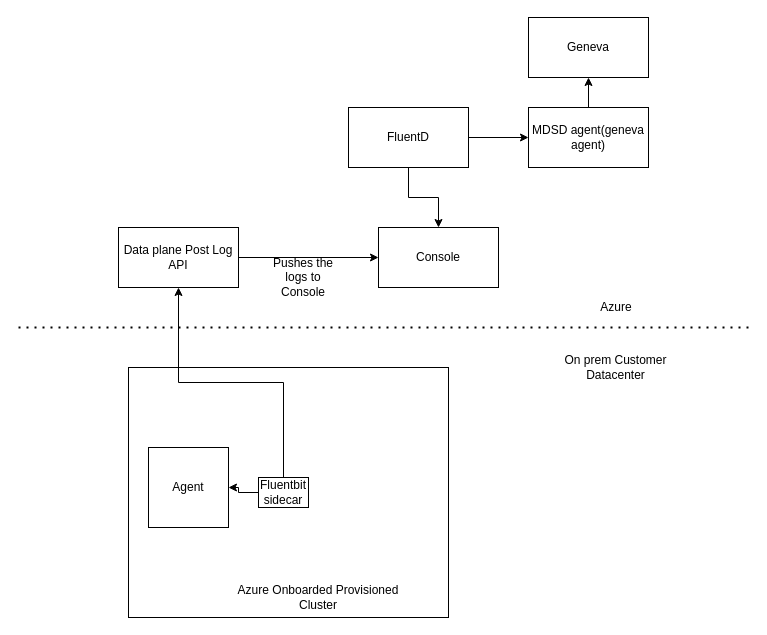
Above: LoggingWorkflow.drawio in khandelwalbrijesh/RetentionScript (draw.io), before the change. Source tidied: cells renumbered, new cells numbered last; positions are measured from the earlier drawing's top-left corner, leaving out a move shared by most shapes. Both pictures are drawn from the tidied source at 100%, with x=0, y=0 at pixel (18, 17).
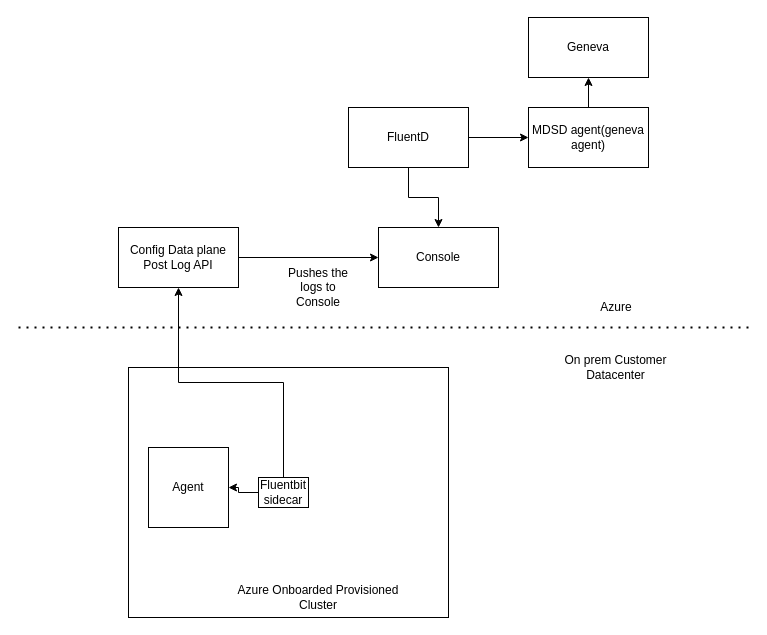
After the change.

Diff of the diagram source:
```diff
@@
-    <mxCell id="10" value="Data plane Post Log API" style="rounded=0;whiteSpace=wrap;html=1;" parent="1" vertex="1">
+    <mxCell id="10" value="Config Data plane Post Log API" style="rounded=0;whiteSpace=wrap;html=1;" parent="1" vertex="1">
       <mxGeometry x="100" y="210" width="120" height="60" as="geometry" />
     </mxCell>
@@
     <mxCell id="17" value="Pushes the logs to Console" style="text;html=1;strokeColor=none;fillColor=none;align=center;verticalAlign=middle;whiteSpace=wrap;rounded=0;" parent="1" vertex="1">
-      <mxGeometry x="250" y="250" width="70" height="20" as="geometry" />
+      <mxGeometry x="265" y="260" width="70" height="20" as="geometry" />
     </mxCell>
```
